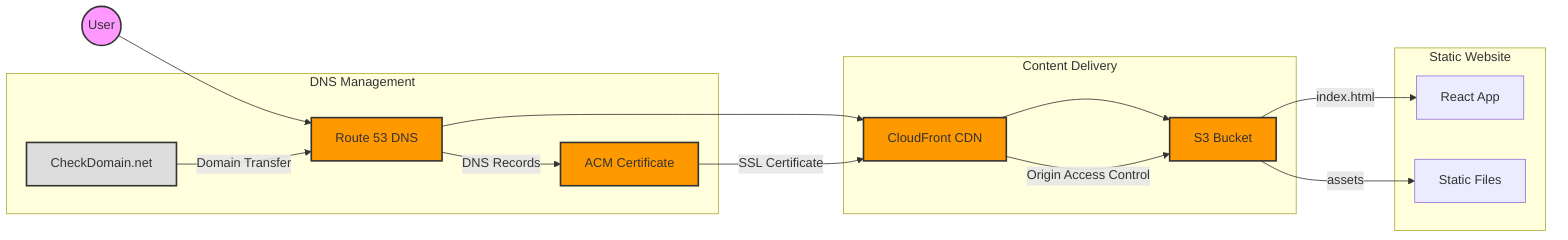
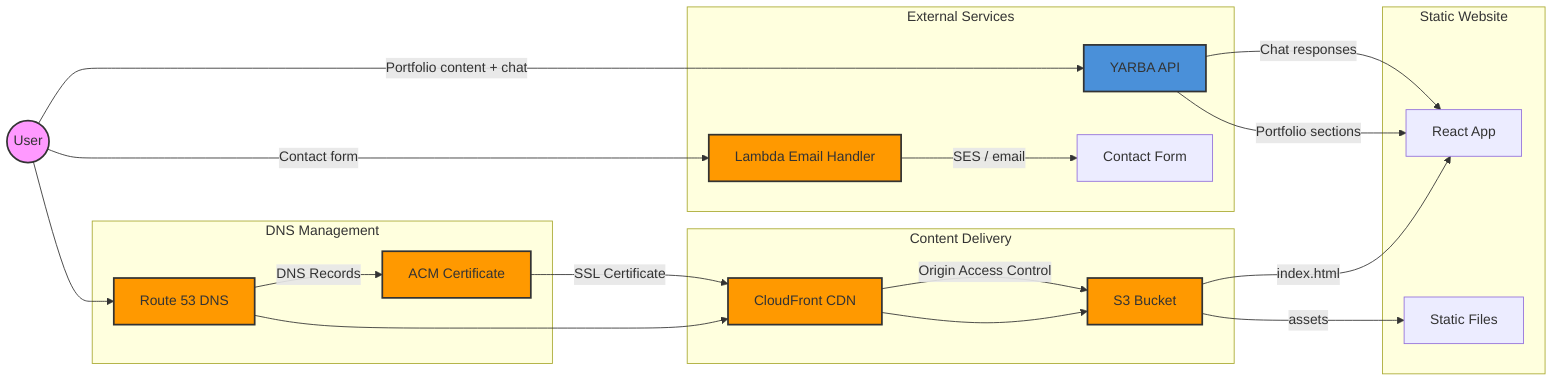
graph LR
    User((User)) --> Route53[Route 53 DNS]
    Route53 --> CloudFront[CloudFront CDN]
    CloudFront --> S3[S3 Bucket]

+     User -->|Portfolio content + chat| YarbaAPI[YARBA API]
+     User -->|Contact form| EmailLambda[Lambda Email Handler]
+ 
    subgraph DNS["DNS Management"]
-         CheckDomain[CheckDomain.net] -->|Domain Transfer| Route53
        Route53 -->|DNS Records| ACM[ACM Certificate]
    end

    subgraph Content["Content Delivery"]
        CloudFront -->|Origin Access Control| S3
        ACM -->|SSL Certificate| CloudFront
    end

    subgraph Storage["Static Website"]
        S3 -->|index.html| React[React App]
        S3 -->|assets| Static[Static Files]
    end

+     subgraph Backend["External Services"]
+         YarbaAPI -->|Portfolio sections| React
+         YarbaAPI -->|Chat responses| React
+         EmailLambda -->|SES / email| Contact[Contact Form]
+     end
+ 
    style User fill:#f9f,stroke:#333,stroke-width:2px
    style CloudFront fill:#FF9900,stroke:#333,stroke-width:2px
    style S3 fill:#FF9900,stroke:#333,stroke-width:2px
    style Route53 fill:#FF9900,stroke:#333,stroke-width:2px
    style ACM fill:#FF9900,stroke:#333,stroke-width:2px
-     style CheckDomain fill:#ddd,stroke:#333,stroke-width:2px
+     style YarbaAPI fill:#4A90D9,stroke:#333,stroke-width:2px
+     style EmailLambda fill:#FF9900,stroke:#333,stroke-width:2px
